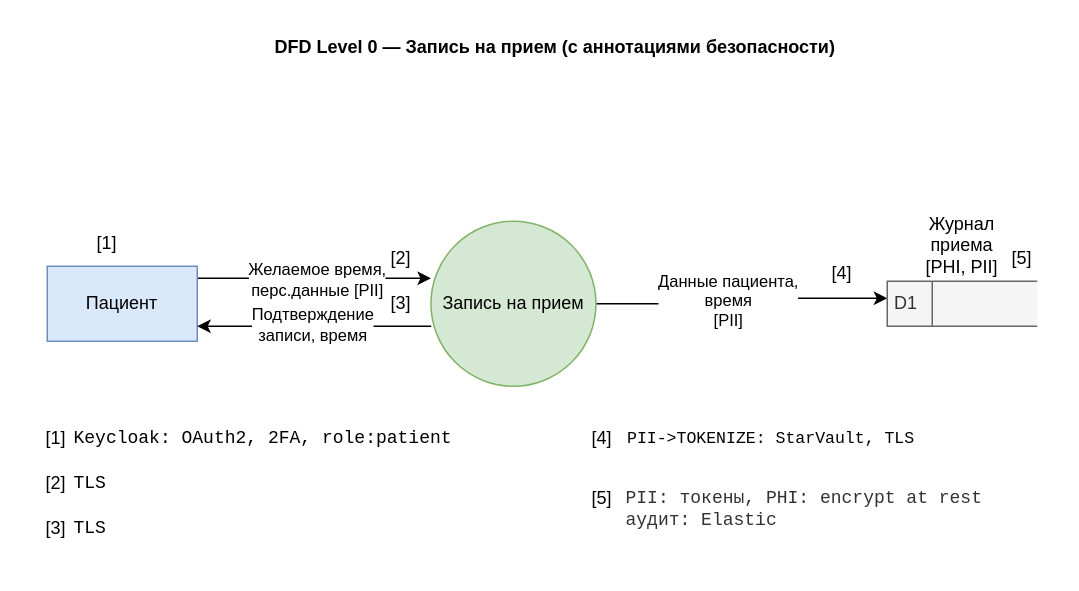
Earlier version of the draw.io diagram Task1/data-flow-schedule-annotated.drawio (alents/architecture-medikamente). Source tidied: cells renumbered, new cells numbered last; positions are measured from the earlier drawing's top-left corner, leaving out a move shared by most shapes. Both pictures are drawn from the tidied source at 150%, with x=0, y=0 at pixel (26, 26).
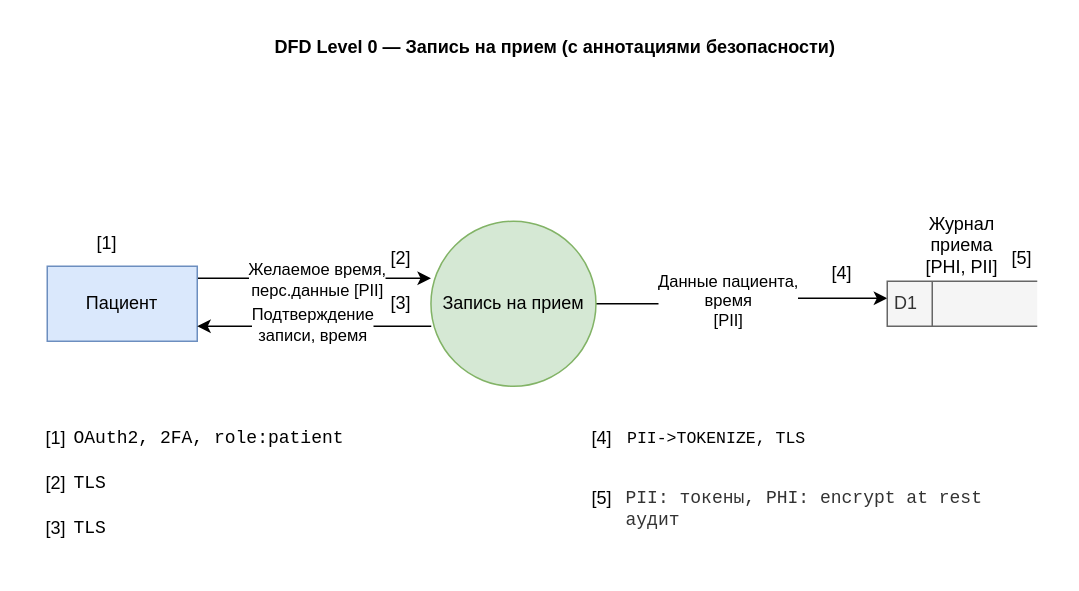
The same diagram, later.

The edit, as a diff of the source:
```diff
@@
-    <mxCell id="20" value="&lt;span style=&quot;color: rgb(0, 0, 0); font-family: &amp;quot;Courier New&amp;quot;; font-style: normal; font-variant-ligatures: normal; font-variant-caps: normal; font-weight: 400; letter-spacing: normal; orphans: 2; text-align: center; text-indent: 0px; text-transform: none; widows: 2; word-spacing: 0px; -webkit-text-stroke-width: 0px; white-space: normal; text-decoration-thickness: initial; text-decoration-style: initial; text-decoration-color: initial; float: none; display: inline !important;&quot;&gt;&lt;font&gt;Keycloak: OAuth2, 2FA, role:patient&lt;/font&gt;&lt;/span&gt;" style="text;whiteSpace=wrap;html=1;" parent="1" vertex="1">
+    <mxCell id="20" value="&lt;span style=&quot;color: rgb(0, 0, 0); font-family: &amp;quot;Courier New&amp;quot;; font-style: normal; font-variant-ligatures: normal; font-variant-caps: normal; font-weight: 400; letter-spacing: normal; orphans: 2; text-align: center; text-indent: 0px; text-transform: none; widows: 2; word-spacing: 0px; -webkit-text-stroke-width: 0px; white-space: normal; text-decoration-thickness: initial; text-decoration-style: initial; text-decoration-color: initial; float: none; display: inline !important;&quot;&gt;&lt;font&gt;OAuth2, 2FA, role:patient&lt;/font&gt;&lt;/span&gt;" style="text;whiteSpace=wrap;html=1;" parent="1" vertex="1">
       <mxGeometry x="29.8" y="260" width="264.2" height="40" as="geometry" />
     </mxCell>
@@
-    <mxCell id="26" value="&lt;div style=&quot;text-align: center;&quot;&gt;&lt;span style=&quot;font-family: &amp;quot;Courier New&amp;quot;; font-size: 11px;&quot;&gt;PII-&amp;gt;TOKENIZE: StarVault, TLS&lt;/span&gt;&lt;/div&gt;" style="text;whiteSpace=wrap;html=1;" parent="1" vertex="1">
+    <mxCell id="26" value="&lt;div style=&quot;text-align: center;&quot;&gt;&lt;span style=&quot;font-family: &amp;quot;Courier New&amp;quot;; font-size: 11px;&quot;&gt;PII-&amp;gt;TOKENIZE, TLS&lt;/span&gt;&lt;/div&gt;" style="text;whiteSpace=wrap;html=1;" parent="1" vertex="1">
       <mxGeometry x="398.5" y="260" width="248.6" height="60" as="geometry" />
     </mxCell>
-    <mxCell id="27" value="&lt;span style=&quot;text-align: center; color: rgb(51, 51, 51); font-family: &amp;quot;Courier New&amp;quot;;&quot;&gt;PII: токены, PHI: encrypt at rest&lt;/span&gt;&lt;br style=&quot;text-align: center; color: rgb(51, 51, 51); font-family: &amp;quot;Courier New&amp;quot;;&quot;&gt;&lt;span style=&quot;text-align: center; color: rgb(51, 51, 51); font-family: &amp;quot;Courier New&amp;quot;;&quot;&gt;аудит: Elastic&lt;/span&gt;" style="text;whiteSpace=wrap;html=1;" parent="1" vertex="1">
+    <mxCell id="27" value="&lt;span style=&quot;text-align: center; color: rgb(51, 51, 51); font-family: &amp;quot;Courier New&amp;quot;;&quot;&gt;PII: токены, PHI: encrypt at rest&lt;/span&gt;&lt;br style=&quot;text-align: center; color: rgb(51, 51, 51); font-family: &amp;quot;Courier New&amp;quot;;&quot;&gt;&lt;span style=&quot;text-align: center; color: rgb(51, 51, 51); font-family: &amp;quot;Courier New&amp;quot;;&quot;&gt;аудит&lt;/span&gt;" style="text;whiteSpace=wrap;html=1;" parent="1" vertex="1">
       <mxGeometry x="398.4" y="300" width="265.6" height="50" as="geometry" />
     </mxCell>
```
